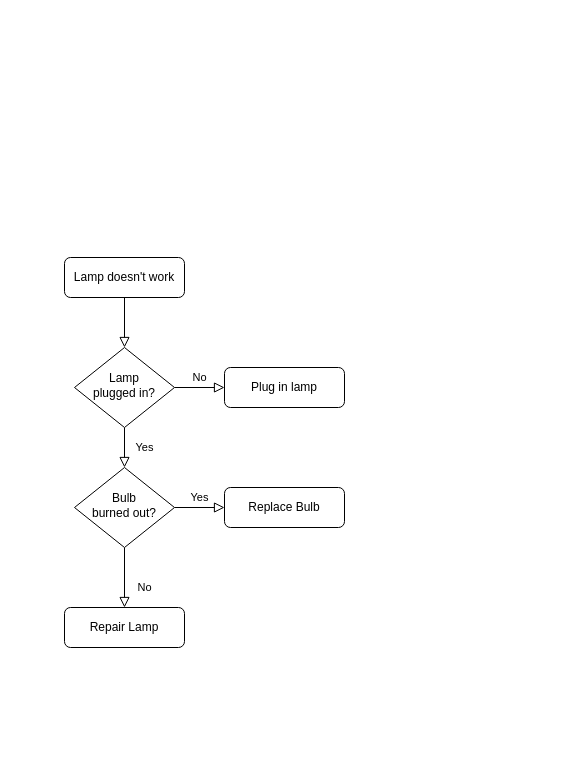
This is Диаграмма без названия.drawio from captaingitt/-, a draw.io file, before an edit. Source tidied: cells renumbered, new cells numbered last; positions are measured from the earlier drawing's top-left corner, leaving out a move shared by most shapes. Both pictures are drawn from the tidied source at 100%, with x=0, y=0 at pixel (64, 257).
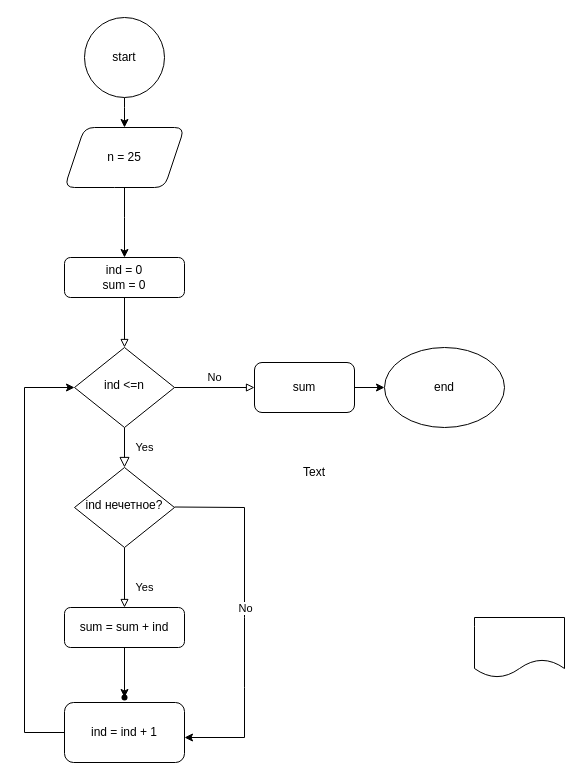
Above is the later version.

Commit message:
1 блок-схема

What changed in the source:
```diff
@@
-    <mxCell id="2" style="rounded=0;html=1;jettySize=auto;fontSize=11;endArrow=block;endFill=0;endSize=8;strokeWidth=1;shadow=0;labelBackgroundColor=none;edgeStyle=orthogonalEdgeStyle;" parent="1" edge="1" source="3" target="6">
+    <mxCell id="2" style="rounded=0;html=1;jettySize=auto;fontSize=11;endArrow=block;endFill=0;strokeWidth=1;shadow=0;labelBackgroundColor=none;edgeStyle=orthogonalEdgeStyle;" parent="1" edge="1" source="3" target="6">
       <mxGeometry relative="1" as="geometry" />
     </mxCell>
-    <mxCell id="3" value="Lamp doesn't work" style="rounded=1;whiteSpace=wrap;html=1;fontSize=12;glass=0;strokeWidth=1;shadow=0;" parent="1" vertex="1">
+    <mxCell id="3" value="ind = 0&lt;br&gt;sum = 0&lt;br&gt;" style="rounded=1;whiteSpace=wrap;html=1;fontSize=12;glass=0;strokeWidth=1;shadow=0;" parent="1" vertex="1">
       <mxGeometry width="120" height="40" as="geometry" />
     </mxCell>
@@
-    <mxCell id="5" value="No" style="edgeStyle=orthogonalEdgeStyle;rounded=0;html=1;jettySize=auto;fontSize=11;endArrow=block;endFill=0;endSize=8;strokeWidth=1;shadow=0;labelBackgroundColor=none;" parent="1" edge="1" source="6" target="7">
+    <mxCell id="5" value="No" style="edgeStyle=orthogonalEdgeStyle;rounded=0;html=1;jettySize=auto;fontSize=11;endArrow=block;endFill=0;strokeWidth=1;shadow=0;labelBackgroundColor=none;" parent="1" edge="1" source="6" target="7">
       <mxGeometry y="10" relative="1" as="geometry" />
     </mxCell>
-    <mxCell id="6" value="Lamp&lt;br&gt;plugged in?" style="rhombus;whiteSpace=wrap;html=1;shadow=0;fontFamily=Helvetica;fontSize=12;align=center;strokeWidth=1;spacing=6;spacingTop=-4;" parent="1" vertex="1">
+    <mxCell id="6" value="ind &amp;lt;=n" style="rhombus;whiteSpace=wrap;html=1;shadow=0;fontFamily=Helvetica;fontSize=12;align=center;strokeWidth=1;spacing=6;spacingTop=-4;" parent="1" vertex="1">
       <mxGeometry x="10" y="90" width="100" height="80" as="geometry" />
     </mxCell>
-    <mxCell id="7" value="Plug in lamp" style="rounded=1;whiteSpace=wrap;html=1;fontSize=12;glass=0;strokeWidth=1;shadow=0;" parent="1" vertex="1">
-      <mxGeometry x="160" y="110" width="120" height="40" as="geometry" />
+    <mxCell id="7" value="sum" style="rounded=1;whiteSpace=wrap;html=1;fontSize=12;glass=0;strokeWidth=1;shadow=0;" parent="1" vertex="1">
+      <mxGeometry x="190" y="105" width="100" height="50" as="geometry" />
     </mxCell>
-    <mxCell id="8" value="No" style="rounded=0;html=1;jettySize=auto;fontSize=11;endArrow=block;endFill=0;endSize=8;strokeWidth=1;shadow=0;labelBackgroundColor=none;edgeStyle=orthogonalEdgeStyle;" parent="1" edge="1" source="10" target="11">
+    <mxCell id="8" value="Yes" style="rounded=0;html=1;jettySize=auto;fontSize=11;endArrow=block;endFill=0;strokeWidth=1;shadow=0;labelBackgroundColor=none;edgeStyle=orthogonalEdgeStyle;" parent="1" edge="1" source="10" target="11">
       <mxGeometry x="0.33" y="20" relative="1" as="geometry" />
     </mxCell>
-    <mxCell id="9" value="Yes" style="edgeStyle=orthogonalEdgeStyle;rounded=0;html=1;jettySize=auto;fontSize=11;endArrow=block;endFill=0;endSize=8;strokeWidth=1;shadow=0;labelBackgroundColor=none;" parent="1" edge="1" source="10" target="12">
-      <mxGeometry y="10" relative="1" as="geometry" />
-    </mxCell>
-    <mxCell id="10" value="Bulb&lt;br&gt;burned out?" style="rhombus;whiteSpace=wrap;html=1;shadow=0;fontFamily=Helvetica;fontSize=12;align=center;strokeWidth=1;spacing=6;spacingTop=-4;" parent="1" vertex="1">
+    <mxCell id="10" value="ind нечетное?" style="rhombus;whiteSpace=wrap;html=1;shadow=0;fontFamily=Helvetica;fontSize=12;align=center;strokeWidth=1;spacing=6;spacingTop=-4;" parent="1" vertex="1">
       <mxGeometry x="10" y="210" width="100" height="80" as="geometry" />
     </mxCell>
+    <mxCell id="13" style="edgeStyle=orthogonalEdgeStyle;rounded=0;jettySize=auto;html=1;" parent="1" edge="1" source="11" target="16">
+      <mxGeometry relative="1" as="geometry" />
+    </mxCell>
-    <mxCell id="11" value="Repair Lamp" style="rounded=1;whiteSpace=wrap;html=1;fontSize=12;glass=0;strokeWidth=1;shadow=0;" parent="1" vertex="1">
+    <mxCell id="11" value="sum = sum + ind" style="rounded=1;whiteSpace=wrap;html=1;fontSize=12;glass=0;strokeWidth=1;shadow=0;" parent="1" vertex="1">
       <mxGeometry y="350" width="120" height="40" as="geometry" />
     </mxCell>
-    <mxCell id="12" value="Replace Bulb" style="rounded=1;whiteSpace=wrap;html=1;fontSize=12;glass=0;strokeWidth=1;shadow=0;" parent="1" vertex="1">
-      <mxGeometry x="160" y="230" width="120" height="40" as="geometry" />
-    </mxCell>
+    <mxCell id="14" style="endArrow=classic;html=1;rounded=0;exitX=1;exitY=0.5;exitDx=0;exitDy=0;" parent="1" edge="1" source="7">
+      <mxGeometry relative="1" as="geometry">
+        <mxPoint x="320" y="130" as="targetPoint" />
+      </mxGeometry>
+    </mxCell>
+    <mxCell id="15" value="еnd" style="ellipse;whiteSpace=wrap;html=1;" parent="1" vertex="1">
+      <mxGeometry x="320" y="90" width="120" height="80" as="geometry" />
+    </mxCell>
+    <mxCell id="16" style="shape=waypoint;sketch=0;size=6;points=[];fillColor=default;perimeter=centerPerimeter;snapToPoint=1;rounded=1;glass=0;strokeWidth=1;shadow=0;" parent="1" vertex="1">
+      <mxGeometry x="40" y="420" width="40" height="40" as="geometry" />
+    </mxCell>
+    <mxCell id="17" style="edgeStyle=orthogonalEdgeStyle;rounded=0;jettySize=auto;html=1;entryX=0;entryY=0.5;entryDx=0;entryDy=0;fontFamily=Helvetica;fontSize=12;fontColor=default;" parent="1" edge="1" source="18" target="6">
+      <mxGeometry relative="1" as="geometry">
+        <Array as="points">
+          <mxPoint x="-40" y="475" />
+          <mxPoint x="-40" y="130" />
+        </Array>
+      </mxGeometry>
+    </mxCell>
+    <mxCell id="18" value="ind = ind + 1" style="rounded=1;whiteSpace=wrap;html=1;" parent="1" vertex="1">
+      <mxGeometry y="445" width="120" height="60" as="geometry" />
+    </mxCell>
+    <mxCell id="19" style="endArrow=classic;html=1;rounded=0;" parent="1" edge="1">
+      <mxGeometry relative="1" as="geometry">
+        <mxPoint x="110" y="249.5" as="sourcePoint" />
+        <mxPoint x="120" y="480" as="targetPoint" />
+        <Array as="points">
+          <mxPoint x="180" y="250" />
+          <mxPoint x="180" y="360" />
+          <mxPoint x="180" y="430" />
+          <mxPoint x="180" y="480" />
+        </Array>
+      </mxGeometry>
+    </mxCell>
+    <mxCell id="20" value="No" style="edgeLabel;html=1;align=center;verticalAlign=middle;" parent="19" vertex="1">
+      <mxGeometry relative="1" as="geometry">
+        <mxPoint y="-9" as="offset" />
+      </mxGeometry>
+    </mxCell>
+    <mxCell id="21" style="shape=document;whiteSpace=wrap;html=1;boundedLbl=1;glass=0;sketch=0;" parent="1" vertex="1">
+      <mxGeometry x="410" y="360" width="90" height="60" as="geometry" />
+    </mxCell>
+    <mxCell id="22" style="edgeStyle=orthogonalEdgeStyle;rounded=0;jettySize=auto;html=1;fontFamily=Helvetica;fontSize=12;fontColor=default;" parent="1" edge="1" source="23">
+      <mxGeometry relative="1" as="geometry">
+        <mxPoint x="60" as="targetPoint" />
+        <Array as="points">
+          <mxPoint x="60" y="-40" />
+          <mxPoint x="60" y="-40" />
+        </Array>
+      </mxGeometry>
+    </mxCell>
+    <mxCell id="23" value="n = 25" style="shape=parallelogram;perimeter=parallelogramPerimeter;whiteSpace=wrap;html=1;fixedSize=1;rounded=1;glass=0;strokeWidth=1;shadow=0;" parent="1" vertex="1">
+      <mxGeometry y="-130" width="120" height="60" as="geometry" />
+    </mxCell>
+    <mxCell id="24" style="edgeStyle=orthogonalEdgeStyle;rounded=0;jettySize=auto;html=1;fontFamily=Helvetica;fontSize=12;fontColor=default;" parent="1" edge="1" source="25" target="23">
+      <mxGeometry relative="1" as="geometry">
+        <Array as="points">
+          <mxPoint x="60" y="-150" />
+          <mxPoint x="60" y="-150" />
+        </Array>
+      </mxGeometry>
+    </mxCell>
+    <mxCell id="25" value="start" style="ellipse;whiteSpace=wrap;html=1;rounded=1;glass=0;strokeWidth=1;shadow=0;sketch=0;strokeColor=default;fontFamily=Helvetica;fontSize=12;fontColor=default;fillColor=default;" parent="1" vertex="1">
+      <mxGeometry x="20" y="-240" width="80" height="80" as="geometry" />
+    </mxCell>
+    <mxCell id="26" value="Text" style="text;html=1;strokeColor=none;fillColor=none;align=center;verticalAlign=middle;whiteSpace=wrap;rounded=0;glass=0;sketch=0;fontFamily=Helvetica;fontSize=12;fontColor=default;" parent="1" vertex="1">
+      <mxGeometry x="220" y="200" width="60" height="30" as="geometry" />
+    </mxCell>
```
